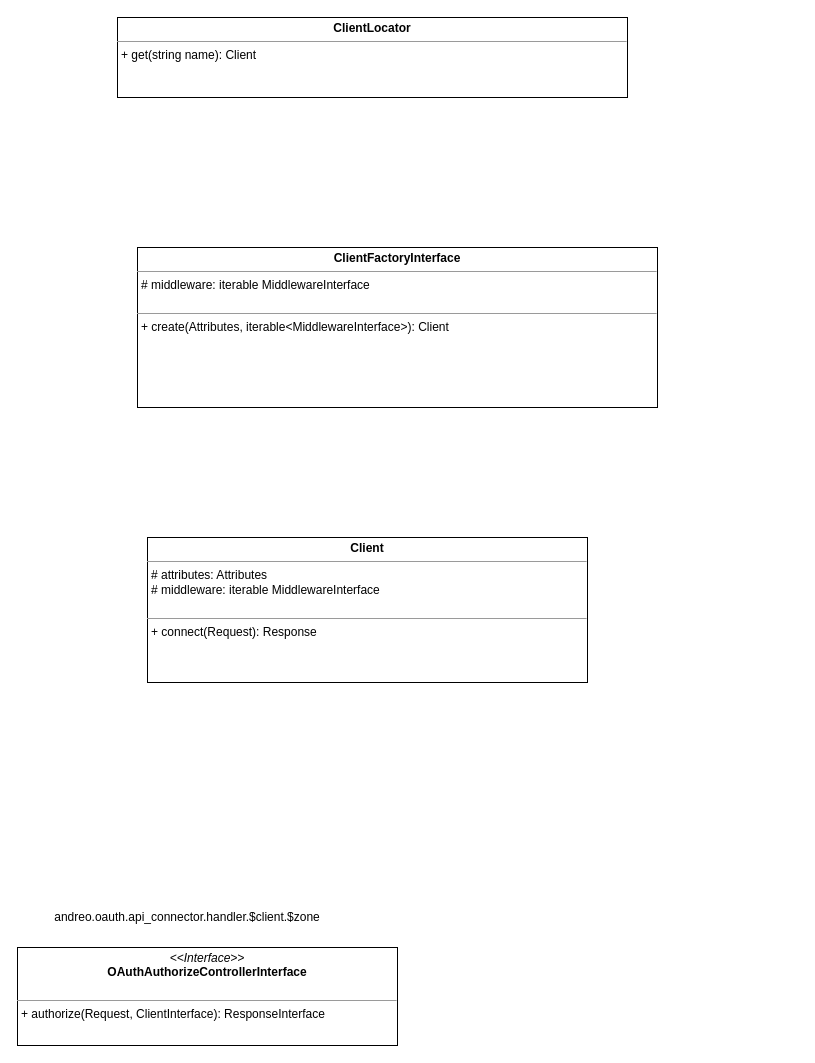
Above: page "client" (2 of 3) of oauth.drawio in andrzej-pakula/oauth-api-connector-bundle (draw.io), before the change. Source tidied: cells renumbered, new cells numbered last; positions are measured from the earlier drawing's top-left corner, leaving out a move shared by most shapes. Both pictures are drawn from the tidied source at 100%, with x=0, y=0 at pixel (17, 17).
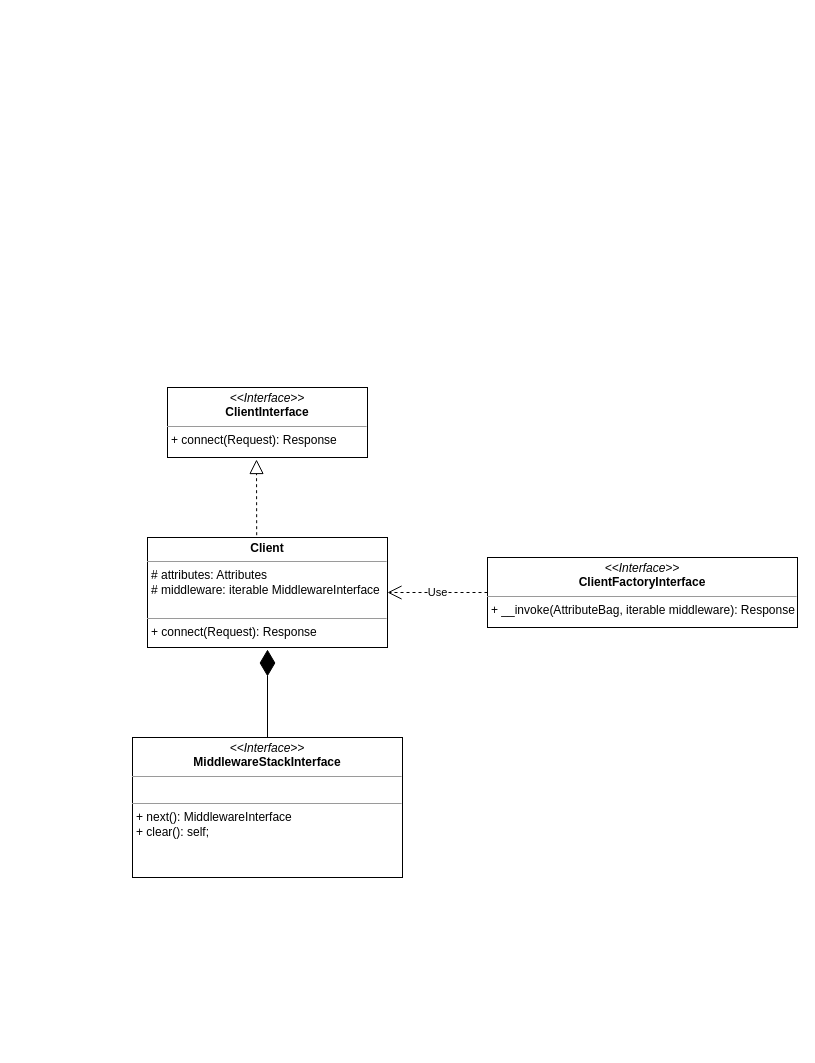
Above is the later version.

Diff of the diagram source:
```diff
@@
 <mxGraphModel>
   <root>
     <mxCell id="0" />
     <mxCell id="1" parent="0" />
-    <mxCell id="2" value="&lt;p style=&quot;margin: 0px ; margin-top: 4px ; text-align: center&quot;&gt;&lt;i&gt;&amp;lt;&amp;lt;Interface&amp;gt;&amp;gt;&lt;/i&gt;&lt;br&gt;&lt;b&gt;OAuthAuthorizeControllerInterface&lt;/b&gt;&lt;br&gt;&lt;/p&gt;&lt;p style=&quot;margin: 0px ; margin-left: 4px&quot;&gt;&lt;br&gt;&lt;/p&gt;&lt;hr size=&quot;1&quot;&gt;&lt;p style=&quot;margin: 0px ; margin-left: 4px&quot;&gt;+ authorize(Request, ClientInterface): ResponseInterface&lt;br&gt;&lt;br&gt;&lt;/p&gt;" style="verticalAlign=top;align=left;overflow=fill;fontSize=12;fontFamily=Helvetica;html=1;" parent="1" vertex="1">
-      <mxGeometry y="930" width="380" height="98" as="geometry" />
-    </mxCell>
-    <mxCell id="3" value="andreo.oauth.api_connector.handler.$client.$zone" style="text;html=1;strokeColor=none;fillColor=none;align=center;verticalAlign=middle;whiteSpace=wrap;rounded=0;" parent="1" vertex="1">
-      <mxGeometry x="90" y="890" width="160" height="20" as="geometry" />
-    </mxCell>
     <mxCell id="4" value="&lt;p style=&quot;margin: 0px ; margin-top: 4px ; text-align: center&quot;&gt;&lt;b&gt;Client&lt;/b&gt;&lt;/p&gt;&lt;hr size=&quot;1&quot;&gt;&lt;p style=&quot;margin: 0px ; margin-left: 4px&quot;&gt;# attributes: Attributes&lt;/p&gt;&lt;p style=&quot;margin: 0px ; margin-left: 4px&quot;&gt;# middleware: iterable MiddlewareInterface&lt;br&gt;&lt;/p&gt;&lt;p style=&quot;margin: 0px ; margin-left: 4px&quot;&gt;&lt;br&gt;&lt;/p&gt;&lt;hr size=&quot;1&quot;&gt;&lt;p style=&quot;margin: 0px ; margin-left: 4px&quot;&gt;+ connect(Request): Response&lt;/p&gt;" style="verticalAlign=top;align=left;overflow=fill;fontSize=12;fontFamily=Helvetica;html=1;" parent="1" vertex="1">
-      <mxGeometry x="130" y="520" width="440" height="145" as="geometry" />
+      <mxGeometry x="130" y="520" width="240" height="110" as="geometry" />
     </mxCell>
-    <mxCell id="5" value="&lt;p style=&quot;margin: 0px ; margin-top: 4px ; text-align: center&quot;&gt;&lt;b&gt;ClientFactoryInterface&lt;/b&gt;&lt;/p&gt;&lt;hr size=&quot;1&quot;&gt;&lt;p style=&quot;margin: 0px 0px 0px 4px&quot;&gt;# middleware: iterable MiddlewareInterface&lt;br&gt;&lt;/p&gt;&lt;p style=&quot;margin: 0px 0px 0px 4px&quot;&gt;&lt;br&gt;&lt;/p&gt;&lt;hr size=&quot;1&quot;&gt;&lt;p style=&quot;margin: 0px ; margin-left: 4px&quot;&gt;+ create(Attributes, iterable&amp;lt;MiddlewareInterface&amp;gt;): Client&lt;/p&gt;" style="verticalAlign=top;align=left;overflow=fill;fontSize=12;fontFamily=Helvetica;html=1;" parent="1" vertex="1">
-      <mxGeometry x="120" y="230" width="520" height="160" as="geometry" />
-    </mxCell>
-    <mxCell id="6" value="&lt;p style=&quot;margin: 0px ; margin-top: 4px ; text-align: center&quot;&gt;&lt;b&gt;ClientLocator&lt;/b&gt;&lt;/p&gt;&lt;hr size=&quot;1&quot;&gt;&lt;p style=&quot;margin: 0px ; margin-left: 4px&quot;&gt;+ get(string name): Client&lt;/p&gt;" style="verticalAlign=top;align=left;overflow=fill;fontSize=12;fontFamily=Helvetica;html=1;" parent="1" vertex="1">
-      <mxGeometry x="100" width="510" height="80" as="geometry" />
-    </mxCell>
+    <mxCell id="7" value="&lt;p style=&quot;margin: 0px ; margin-top: 4px ; text-align: center&quot;&gt;&lt;i&gt;&amp;lt;&amp;lt;Interface&amp;gt;&amp;gt;&lt;/i&gt;&lt;br&gt;&lt;b&gt;ClientInterface&lt;/b&gt;&lt;/p&gt;&lt;hr size=&quot;1&quot;&gt;&lt;p style=&quot;margin: 0px ; margin-left: 4px&quot;&gt;&lt;span&gt;+ connect(Request): Response&lt;/span&gt;&lt;br&gt;&lt;/p&gt;" style="verticalAlign=top;align=left;overflow=fill;fontSize=12;fontFamily=Helvetica;html=1;" parent="1" vertex="1">
+      <mxGeometry x="150" y="370" width="200" height="70" as="geometry" />
+    </mxCell>
+    <mxCell id="8" style="endArrow=block;dashed=1;endFill=0;endSize=12;html=1;exitX=0.455;exitY=-0.021;exitDx=0;exitDy=0;exitPerimeter=0;" parent="1" edge="1" source="4">
+      <mxGeometry relative="1" as="geometry">
+        <mxPoint x="239" y="442" as="targetPoint" />
+      </mxGeometry>
+    </mxCell>
+    <mxCell id="9" value="&lt;p style=&quot;margin: 0px ; margin-top: 4px ; text-align: center&quot;&gt;&lt;i&gt;&amp;lt;&amp;lt;Interface&amp;gt;&amp;gt;&lt;/i&gt;&lt;br&gt;&lt;b&gt;ClientFactoryInterface&lt;/b&gt;&lt;/p&gt;&lt;hr size=&quot;1&quot;&gt;&lt;p style=&quot;margin: 0px ; margin-left: 4px&quot;&gt;&lt;span&gt;+ __invoke(AttributeBag, iterable middleware): Response&lt;/span&gt;&lt;br&gt;&lt;/p&gt;" style="verticalAlign=top;align=left;overflow=fill;fontSize=12;fontFamily=Helvetica;html=1;" parent="1" vertex="1">
+      <mxGeometry x="470" y="540" width="310" height="70" as="geometry" />
+    </mxCell>
+    <mxCell id="10" value="Use" style="endArrow=open;endSize=12;dashed=1;html=1;entryX=1;entryY=0.5;entryDx=0;entryDy=0;exitX=0;exitY=0.5;exitDx=0;exitDy=0;" parent="1" edge="1" source="9" target="4">
+      <mxGeometry relative="1" as="geometry" />
+    </mxCell>
+    <mxCell id="11" value="&lt;p style=&quot;margin: 0px ; margin-top: 4px ; text-align: center&quot;&gt;&lt;i&gt;&amp;lt;&amp;lt;Interface&amp;gt;&amp;gt;&lt;/i&gt;&lt;br&gt;&lt;b&gt;MiddlewareStackInterface&lt;/b&gt;&lt;/p&gt;&lt;hr size=&quot;1&quot;&gt;&lt;p style=&quot;margin: 0px ; margin-left: 4px&quot;&gt;&lt;br&gt;&lt;/p&gt;&lt;hr size=&quot;1&quot;&gt;&lt;p style=&quot;margin: 0px ; margin-left: 4px&quot;&gt;+ next(): MiddlewareInterface&lt;/p&gt;&lt;p style=&quot;margin: 0px ; margin-left: 4px&quot;&gt;+ clear(): self;&lt;/p&gt;" style="verticalAlign=top;align=left;overflow=fill;fontSize=12;fontFamily=Helvetica;html=1;" parent="1" vertex="1">
+      <mxGeometry x="115" y="720" width="270" height="140" as="geometry" />
+    </mxCell>
+    <mxCell id="12" style="endArrow=diamondThin;endFill=1;endSize=24;html=1;exitX=0.5;exitY=0;exitDx=0;exitDy=0;" parent="1" edge="1" source="11">
+      <mxGeometry relative="1" as="geometry">
+        <mxPoint x="250" y="632" as="targetPoint" />
+      </mxGeometry>
+    </mxCell>
   </root>
 </mxGraphModel>
```
